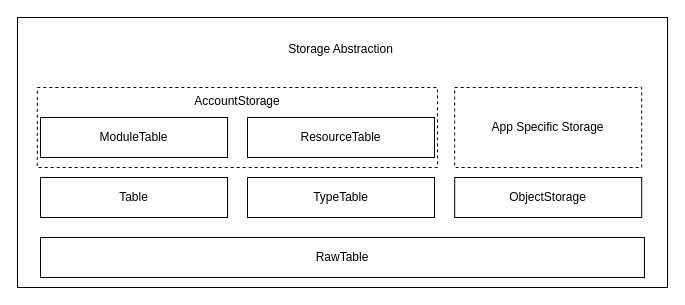
The draw.io diagram page "StorageAbstraction" (4 of 10) of docs/website/public/docs/rooch-design.drawio in rooch-network/rooch, before the edit. Source tidied: cells renumbered, new cells numbered last; positions are measured from the earlier drawing's top-left corner, leaving out a move shared by most shapes. Both pictures are drawn from the tidied source at 100%, with x=0, y=0 at pixel (17, 17).
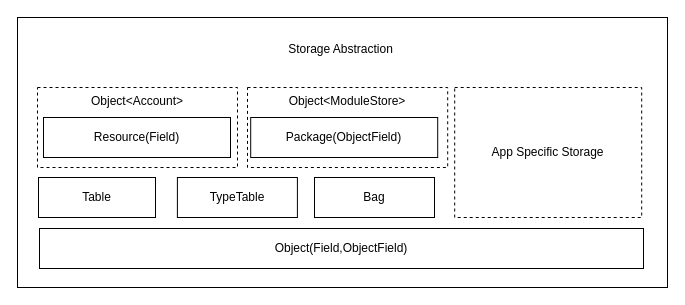
After the change.

Change to the diagram source:
```diff
@@
 <mxGraphModel>
   <root>
     <mxCell id="0" />
     <mxCell id="1" parent="0" />
     <mxCell id="2" style="rounded=0;whiteSpace=wrap;html=1;" parent="1" vertex="1">
       <mxGeometry width="650" height="270" as="geometry" />
     </mxCell>
     <mxCell id="3" value="Storage Abstraction" style="rounded=0;whiteSpace=wrap;html=1;dashed=1;strokeColor=none;" parent="1" vertex="1">
       <mxGeometry x="22.8" y="12" width="600.5" height="40" as="geometry" />
     </mxCell>
-    <mxCell id="4" value="RawTable" style="rounded=0;whiteSpace=wrap;html=1;" parent="1" vertex="1">
-      <mxGeometry x="23" y="220" width="604" height="40" as="geometry" />
+    <mxCell id="4" value="Object(Field,ObjectField)" style="rounded=0;whiteSpace=wrap;html=1;" parent="1" vertex="1">
+      <mxGeometry x="22" y="211" width="604" height="40" as="geometry" />
     </mxCell>
     <mxCell id="5" value="Table" style="rounded=0;whiteSpace=wrap;html=1;" parent="1" vertex="1">
-      <mxGeometry x="23" y="160" width="187" height="40" as="geometry" />
+      <mxGeometry x="21" y="160" width="117" height="40" as="geometry" />
     </mxCell>
     <mxCell id="6" value="TypeTable" style="rounded=0;whiteSpace=wrap;html=1;" parent="1" vertex="1">
-      <mxGeometry x="230" y="160" width="187" height="40" as="geometry" />
+      <mxGeometry x="159.9" y="160" width="120" height="40" as="geometry" />
     </mxCell>
-    <mxCell id="7" value="ObjectStorage" style="rounded=0;whiteSpace=wrap;html=1;" parent="1" vertex="1">
-      <mxGeometry x="437.2" y="160" width="187" height="40" as="geometry" />
-    </mxCell>
-    <mxCell id="8" value="AccountStorage&lt;div style=&quot;text-align: justify;&quot;&gt;&lt;/div&gt;" style="rounded=0;whiteSpace=wrap;html=1;dashed=1;fillColor=none;verticalAlign=top;" parent="1" vertex="1">
-      <mxGeometry x="19.8" y="70" width="400.2" height="80" as="geometry" />
+    <mxCell id="8" value="Object&amp;lt;Account&amp;gt;&lt;div style=&quot;text-align: justify;&quot;&gt;&lt;/div&gt;" style="rounded=0;whiteSpace=wrap;html=1;dashed=1;fillColor=none;verticalAlign=top;" parent="1" vertex="1">
+      <mxGeometry x="20" y="70" width="200" height="80" as="geometry" />
     </mxCell>
-    <mxCell id="9" value="ResourceTable" style="rounded=0;whiteSpace=wrap;html=1;" parent="1" vertex="1">
-      <mxGeometry x="230" y="100" width="187" height="40" as="geometry" />
-    </mxCell>
-    <mxCell id="10" value="ModuleTable" style="rounded=0;whiteSpace=wrap;html=1;" parent="1" vertex="1">
-      <mxGeometry x="23" y="100" width="187" height="40" as="geometry" />
+    <mxCell id="10" value="Resource(Field)" style="rounded=0;whiteSpace=wrap;html=1;" parent="1" vertex="1">
+      <mxGeometry x="26" y="100" width="187" height="40" as="geometry" />
     </mxCell>
     <mxCell id="11" value="App Specific Storage" style="rounded=0;whiteSpace=wrap;html=1;dashed=1;" parent="1" vertex="1">
-      <mxGeometry x="437.2" y="70" width="187" height="80" as="geometry" />
+      <mxGeometry x="437.2" y="70" width="187" height="130" as="geometry" />
     </mxCell>
+    <mxCell id="12" value="Bag" style="rounded=0;whiteSpace=wrap;html=1;" parent="1" vertex="1">
+      <mxGeometry x="297" y="160" width="120" height="40" as="geometry" />
+    </mxCell>
+    <mxCell id="13" value="Object&amp;lt;ModuleStore&amp;gt;&lt;div style=&quot;text-align: justify;&quot;&gt;&lt;/div&gt;" style="rounded=0;whiteSpace=wrap;html=1;dashed=1;fillColor=none;verticalAlign=top;" parent="1" vertex="1">
+      <mxGeometry x="230" y="70" width="200.2" height="80" as="geometry" />
+    </mxCell>
+    <mxCell id="14" value="Package(ObjectField)" style="rounded=0;whiteSpace=wrap;html=1;" parent="1" vertex="1">
+      <mxGeometry x="233.2" y="100" width="187" height="40" as="geometry" />
+    </mxCell>
   </root>
 </mxGraphModel>
```
